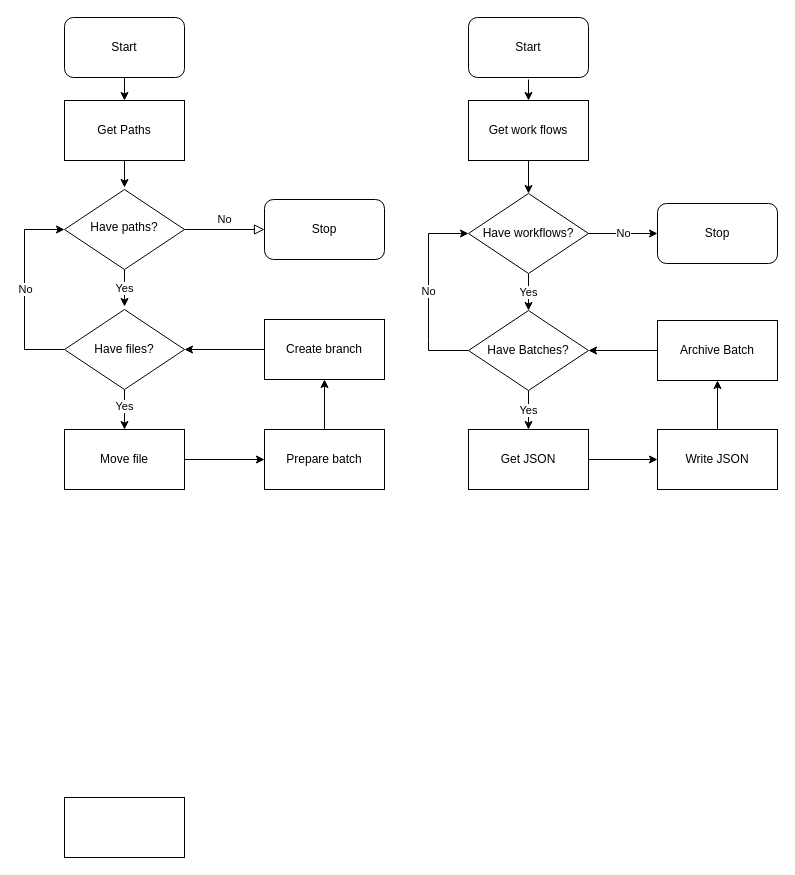
The draw.io diagram src/Untitled Diagram.drawio in lnngit/tdd, before the edit. Source tidied: cells renumbered, new cells numbered last; positions are measured from the earlier drawing's top-left corner, leaving out a move shared by most shapes. Both pictures are drawn from the tidied source at 100%, with x=0, y=0 at pixel (24, 17).
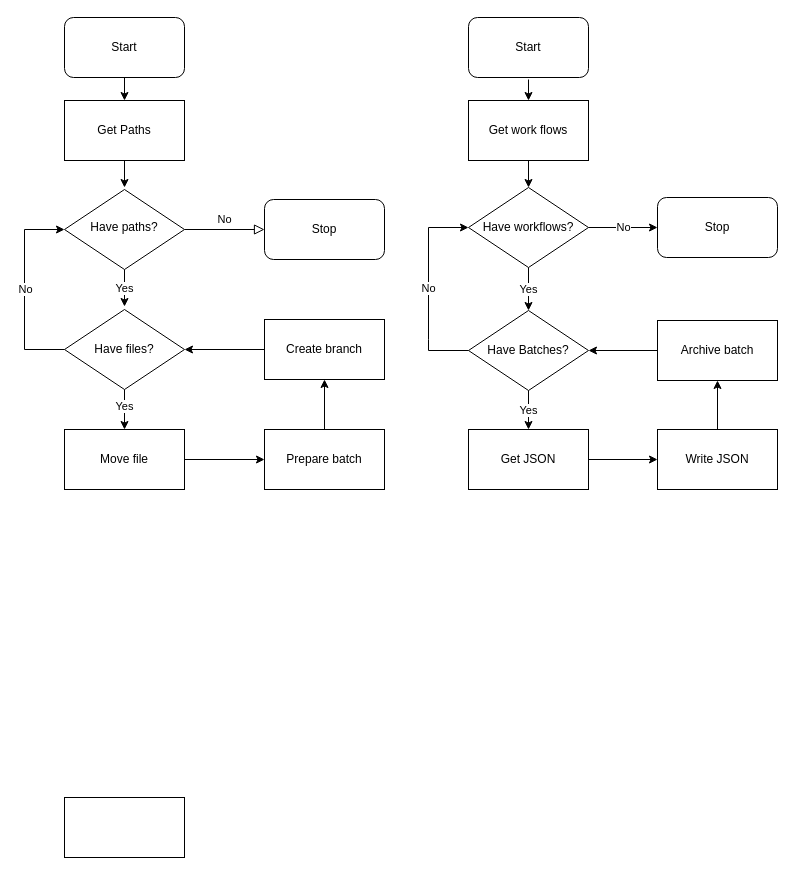
The same page after the edit.

The change refers to these unchanged cells:
```xml
<mxCell id="27" value="Get work flows" style="rounded=0;whiteSpace=wrap;html=1;" parent="1" vertex="1">
  <mxGeometry x="444" y="83" width="120" height="60" as="geometry" />
</mxCell>
<mxCell id="30" value="Have Batches?" style="rhombus;whiteSpace=wrap;html=1;rounded=0;" parent="1" vertex="1">
  <mxGeometry x="444" y="293" width="120" height="80" as="geometry" />
</mxCell>
```

The edit, as a diff of the source:
```diff
@@
-    <mxCell id="26" style="edgeStyle=orthogonalEdgeStyle;rounded=0;jettySize=auto;html=1;" parent="1" edge="1" source="27" target="29">
-      <mxGeometry relative="1" as="geometry" />
-    </mxCell>
@@
     <mxCell id="29" value="Have workflows?" style="rhombus;whiteSpace=wrap;html=1;rounded=0;" parent="1" vertex="1">
-      <mxGeometry x="444" y="176" width="120" height="80" as="geometry" />
+      <mxGeometry x="444" y="170" width="120" height="80" as="geometry" />
     </mxCell>
@@
-    <mxCell id="35" value="Archive Batch" style="rounded=0;whiteSpace=wrap;html=1;" parent="1" vertex="1">
+    <mxCell id="35" value="Archive batch" style="rounded=0;whiteSpace=wrap;html=1;" parent="1" vertex="1">
       <mxGeometry x="633" y="303" width="120" height="60" as="geometry" />
     </mxCell>
     <mxCell id="36" value="No" style="endArrow=classic;html=1;rounded=0;exitX=0;exitY=0.5;exitDx=0;exitDy=0;entryX=0;entryY=0.5;entryDx=0;entryDy=0;" parent="1" edge="1" source="30" target="29">
       <mxGeometry relative="1" as="geometry">
         <Array as="points">
           <mxPoint x="404" y="333" />
           <mxPoint x="404" y="322" />
-          <mxPoint x="404" y="216" />
+          <mxPoint x="404" y="210" />
         </Array>
       </mxGeometry>
     </mxCell>
@@
     <mxCell id="40" value="Stop" style="rounded=1;whiteSpace=wrap;html=1;" parent="1" vertex="1">
-      <mxGeometry x="633" y="186" width="120" height="60" as="geometry" />
+      <mxGeometry x="633" y="180" width="120" height="60" as="geometry" />
     </mxCell>
@@
+    <mxCell id="26" style="endArrow=classic;html=1;rounded=0;exitX=0.5;exitY=1;exitDx=0;exitDy=0;entryX=0.5;entryY=0;entryDx=0;entryDy=0;" parent="1" edge="1" source="27" target="29">
+      <mxGeometry relative="1" as="geometry" />
+    </mxCell>
```
